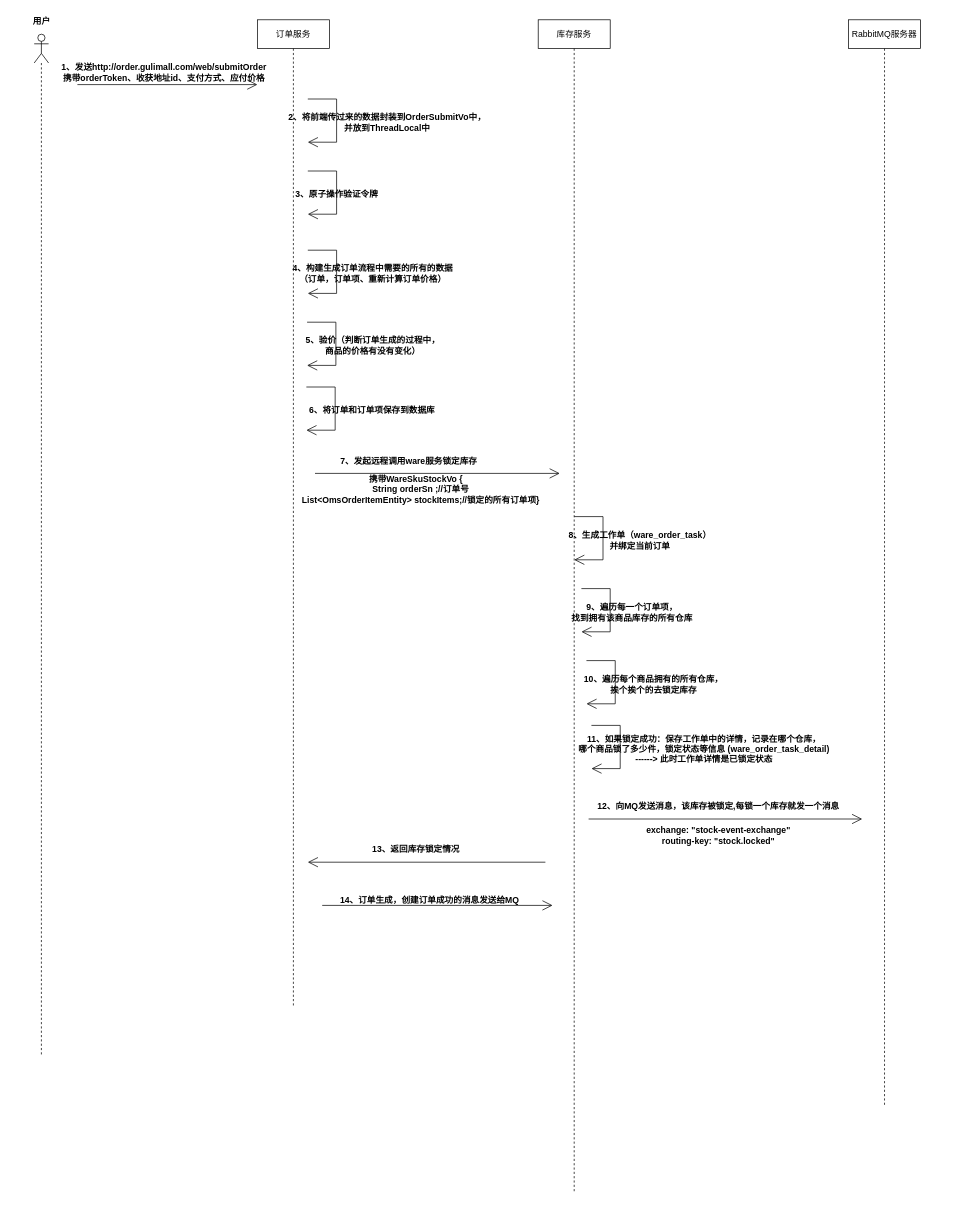
Above: ShopBusiness/提交订单.drawio in Chaimek/LearnPictures (draw.io), before the change. Source tidied: cells renumbered, new cells numbered last; positions are measured from the earlier drawing's top-left corner, leaving out a move shared by most shapes. Both pictures are drawn from the tidied source at 72%, with x=0, y=0 at pixel (12, 12).
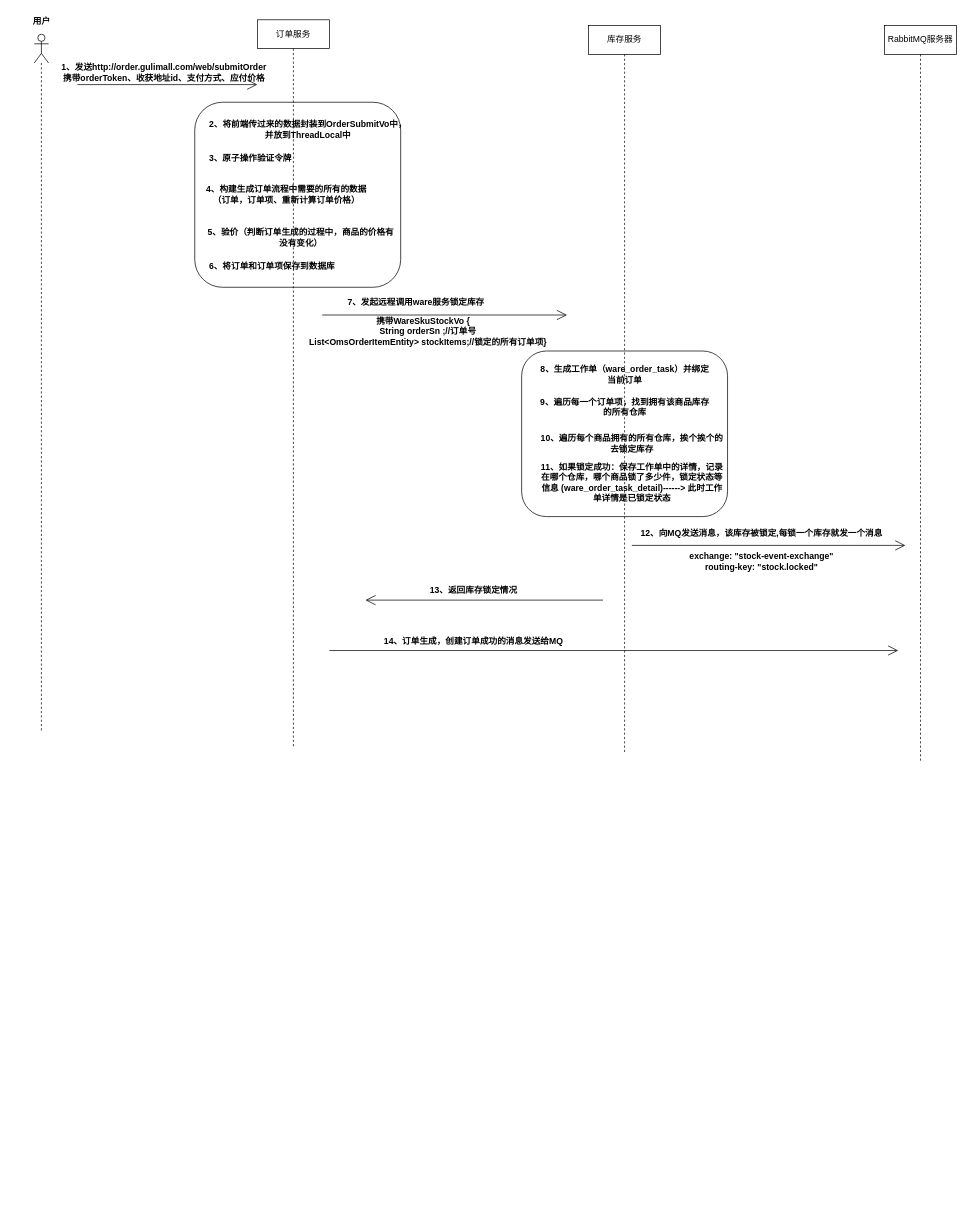
The same page after the edit.

Commit message (it also covers changes not shown here):
更新提交订单.drawio

Change to the diagram source:
```diff
@@
+    <mxCell id="44" style="rounded=1;whiteSpace=wrap;html=1;" parent="1" vertex="1">
+      <mxGeometry x="707" y="470" width="286" height="230" as="geometry" />
+    </mxCell>
+    <mxCell id="45" style="rounded=1;whiteSpace=wrap;html=1;" parent="1" vertex="1">
+      <mxGeometry x="253" y="124.5" width="286" height="257" as="geometry" />
+    </mxCell>
     <mxCell id="2" style="shape=umlLifeline;perimeter=lifelinePerimeter;whiteSpace=wrap;html=1;newEdgeStyle={&quot;edgeStyle&quot;:&quot;elbowEdgeStyle&quot;,&quot;elbow&quot;:&quot;vertical&quot;,&quot;curved&quot;:0,&quot;rounded&quot;:0};participant=umlActor;" parent="1" vertex="1">
-      <mxGeometry x="30" y="30" width="20" height="1420" as="geometry" />
+      <mxGeometry x="30" y="30" width="20" height="970" as="geometry" />
     </mxCell>
@@
     <mxCell id="4" value="订单服务" style="shape=umlLifeline;perimeter=lifelinePerimeter;whiteSpace=wrap;html=1;newEdgeStyle={&quot;edgeStyle&quot;:&quot;elbowEdgeStyle&quot;,&quot;elbow&quot;:&quot;vertical&quot;,&quot;curved&quot;:0,&quot;rounded&quot;:0};" parent="1" vertex="1">
-      <mxGeometry x="340" y="10" width="100" height="1370" as="geometry" />
+      <mxGeometry x="340" y="10" width="100" height="1010" as="geometry" />
     </mxCell>
     <mxCell id="5" value="库存服务" style="shape=umlLifeline;perimeter=lifelinePerimeter;whiteSpace=wrap;html=1;newEdgeStyle={&quot;edgeStyle&quot;:&quot;elbowEdgeStyle&quot;,&quot;elbow&quot;:&quot;vertical&quot;,&quot;curved&quot;:0,&quot;rounded&quot;:0};" parent="1" vertex="1">
-      <mxGeometry x="730" y="10" width="100" height="1630" as="geometry" />
+      <mxGeometry x="800" y="18" width="100" height="1012" as="geometry" />
     </mxCell>
@@
-    <mxCell id="8" style="endArrow=open;endFill=1;endSize=12;html=1;rounded=0;" parent="1" edge="1">
-      <mxGeometry relative="1" as="geometry">
-        <mxPoint x="410" y="120" as="sourcePoint" />
-        <mxPoint x="410" y="180" as="targetPoint" />
-        <Array as="points">
-          <mxPoint x="450" y="120" />
-          <mxPoint x="450" y="180" />
-        </Array>
-      </mxGeometry>
-    </mxCell>
     <mxCell id="9" value="2、将前端传过来的数据封装到OrderSubmitVo中，&lt;br&gt;并放到ThreadLocal中" style="text;align=center;fontStyle=1;verticalAlign=middle;spacingLeft=3;spacingRight=3;strokeColor=none;html=1;" parent="1" vertex="1">
-      <mxGeometry x="480" y="140" width="80" height="26" as="geometry" />
+      <mxGeometry x="370" y="150" width="80" height="26" as="geometry" />
     </mxCell>
-    <mxCell id="10" style="endArrow=open;endFill=1;endSize=12;html=1;rounded=0;" parent="1" edge="1">
-      <mxGeometry relative="1" as="geometry">
-        <mxPoint x="410" y="220" as="sourcePoint" />
-        <mxPoint x="410" y="280" as="targetPoint" />
-        <Array as="points">
-          <mxPoint x="450" y="220" />
-          <mxPoint x="450" y="280" />
-        </Array>
-      </mxGeometry>
-    </mxCell>
     <mxCell id="11" value="3、原子操作验证令牌" style="text;align=center;fontStyle=1;verticalAlign=middle;spacingLeft=3;spacingRight=3;strokeColor=none;html=1;" parent="1" vertex="1">
-      <mxGeometry x="410" y="240" width="80" height="26" as="geometry" />
+      <mxGeometry x="290" y="190" width="80" height="26" as="geometry" />
     </mxCell>
-    <mxCell id="12" style="endArrow=open;endFill=1;endSize=12;html=1;rounded=0;" parent="1" edge="1">
-      <mxGeometry relative="1" as="geometry">
-        <mxPoint x="410" y="330" as="sourcePoint" />
-        <mxPoint x="410" y="390" as="targetPoint" />
-        <Array as="points">
-          <mxPoint x="450" y="330" />
-          <mxPoint x="450" y="390" />
-        </Array>
-      </mxGeometry>
-    </mxCell>
     <mxCell id="13" value="4、构建生成订单流程中需要的所有的数据&lt;br&gt;（订单，订单项、重新计算订单价格）" style="text;align=center;fontStyle=1;verticalAlign=middle;spacingLeft=3;spacingRight=3;strokeColor=none;points=[[0,0.5],[1,0.5]];portConstraint=eastwest;html=1;" parent="1" vertex="1">
-      <mxGeometry x="460" y="350" width="80" height="26" as="geometry" />
+      <mxGeometry x="340" y="240" width="80" height="26" as="geometry" />
     </mxCell>
@@
-    <mxCell id="15" style="endArrow=open;endFill=1;endSize=12;html=1;rounded=0;" parent="1" edge="1">
-      <mxGeometry relative="1" as="geometry">
-        <mxPoint x="409" y="430" as="sourcePoint" />
-        <mxPoint x="409" y="490" as="targetPoint" />
-        <Array as="points">
-          <mxPoint x="449" y="430" />
-          <mxPoint x="449" y="490" />
-        </Array>
-      </mxGeometry>
-    </mxCell>
-    <mxCell id="16" value="5、验价（判断订单生成的过程中，&lt;br&gt;商品的价格有没有变化）" style="text;align=center;fontStyle=1;verticalAlign=middle;spacingLeft=3;spacingRight=3;strokeColor=none;points=[[0,0.5],[1,0.5]];portConstraint=eastwest;html=1;" parent="1" vertex="1">
-      <mxGeometry x="460" y="450" width="80" height="26" as="geometry" />
+    <mxCell id="16" value="5、验价（判断订单生成的过程中，商品的价格有&lt;br&gt;没有变化）" style="text;align=center;fontStyle=1;verticalAlign=middle;spacingLeft=3;spacingRight=3;strokeColor=none;points=[[0,0.5],[1,0.5]];portConstraint=eastwest;html=1;" parent="1" vertex="1">
+      <mxGeometry x="360" y="300" width="80" height="26" as="geometry" />
     </mxCell>
@@
-    <mxCell id="18" style="endArrow=open;endFill=1;endSize=12;html=1;rounded=0;" parent="1" edge="1">
-      <mxGeometry relative="1" as="geometry">
-        <mxPoint x="408" y="520" as="sourcePoint" />
-        <mxPoint x="408" y="580" as="targetPoint" />
-        <Array as="points">
-          <mxPoint x="448" y="520" />
-          <mxPoint x="448" y="580" />
-        </Array>
-      </mxGeometry>
-    </mxCell>
     <mxCell id="19" value="6、将订单和订单项保存到数据库" style="text;align=center;fontStyle=1;verticalAlign=middle;spacingLeft=3;spacingRight=3;strokeColor=none;points=[[0,0.5],[1,0.5]];portConstraint=eastwest;html=1;" parent="1" vertex="1">
-      <mxGeometry x="459" y="540" width="80" height="26" as="geometry" />
+      <mxGeometry x="320" y="340" width="80" height="26" as="geometry" />
     </mxCell>
@@
     <mxCell id="21" style="endArrow=open;endFill=1;endSize=12;html=1;rounded=0;" parent="1" edge="1">
       <mxGeometry relative="1" as="geometry">
-        <mxPoint x="420" y="640" as="sourcePoint" />
-        <mxPoint x="760" y="640" as="targetPoint" />
+        <mxPoint x="430" y="420" as="sourcePoint" />
+        <mxPoint x="770" y="420" as="targetPoint" />
       </mxGeometry>
     </mxCell>
     <mxCell id="22" value="7、发起远程调用ware服务锁定库存" style="text;align=center;fontStyle=1;verticalAlign=middle;spacingLeft=3;spacingRight=3;strokeColor=none;html=1;" parent="1" vertex="1">
-      <mxGeometry x="510" y="610" width="80" height="26" as="geometry" />
+      <mxGeometry x="520" y="390" width="80" height="26" as="geometry" />
     </mxCell>
     <mxCell id="23" value="&lt;div&gt;携带WareSkuStockVo {&lt;/div&gt;&lt;div&gt;&amp;nbsp; &amp;nbsp; String orderSn ;//订单号&lt;/div&gt;&lt;div&gt;&amp;nbsp; &amp;nbsp; List&amp;lt;OmsOrderItemEntity&amp;gt; stockItems;//锁定的所有订单项}&lt;/div&gt;" style="text;align=center;fontStyle=1;verticalAlign=middle;spacingLeft=3;spacingRight=3;strokeColor=none;html=1;" parent="1" vertex="1">
-      <mxGeometry x="520" y="650" width="80" height="26" as="geometry" />
+      <mxGeometry x="530" y="430" width="80" height="26" as="geometry" />
     </mxCell>
-    <mxCell id="24" style="endArrow=open;endFill=1;endSize=12;html=1;rounded=0;" parent="1" edge="1">
-      <mxGeometry relative="1" as="geometry">
-        <mxPoint x="780" y="700" as="sourcePoint" />
-        <mxPoint x="780" y="760" as="targetPoint" />
-        <Array as="points">
-          <mxPoint x="820" y="700" />
-          <mxPoint x="820" y="760" />
-        </Array>
-      </mxGeometry>
-    </mxCell>
-    <mxCell id="25" value="8、生成工作单（ware_order_task）&lt;br&gt;并绑定当前订单" style="text;align=center;fontStyle=1;verticalAlign=middle;spacingLeft=3;spacingRight=3;strokeColor=none;points=[[0,0.5],[1,0.5]];portConstraint=eastwest;html=1;" parent="1" vertex="1">
-      <mxGeometry x="831" y="720" width="80" height="26" as="geometry" />
+    <mxCell id="25" value="8、生成工作单（ware_order_task）并绑定&lt;br&gt;当前订单" style="text;align=center;fontStyle=1;verticalAlign=middle;spacingLeft=3;spacingRight=3;strokeColor=none;points=[[0,0.5],[1,0.5]];portConstraint=eastwest;html=1;" parent="1" vertex="1">
+      <mxGeometry x="810" y="490" width="80" height="26" as="geometry" />
     </mxCell>
@@
-    <mxCell id="27" style="endArrow=open;endFill=1;endSize=12;html=1;rounded=0;" parent="1" edge="1">
-      <mxGeometry relative="1" as="geometry">
-        <mxPoint x="790" y="800" as="sourcePoint" />
-        <mxPoint x="790" y="860" as="targetPoint" />
-        <Array as="points">
-          <mxPoint x="830" y="800" />
-          <mxPoint x="830" y="860" />
-        </Array>
-      </mxGeometry>
-    </mxCell>
-    <mxCell id="28" value="9、遍历每一个订单项，&lt;br&gt;找到拥有该商品库存的所有仓库" style="text;align=center;fontStyle=1;verticalAlign=middle;spacingLeft=3;spacingRight=3;strokeColor=none;points=[[0,0.5],[1,0.5]];portConstraint=eastwest;html=1;" parent="1" vertex="1">
-      <mxGeometry x="820" y="820" width="80" height="26" as="geometry" />
+    <mxCell id="28" value="9、遍历每一个订单项，找到拥有该商品库存&lt;br&gt;的所有仓库" style="text;align=center;fontStyle=1;verticalAlign=middle;spacingLeft=3;spacingRight=3;strokeColor=none;points=[[0,0.5],[1,0.5]];portConstraint=eastwest;html=1;" parent="1" vertex="1">
+      <mxGeometry x="810" y="535" width="80" height="26" as="geometry" />
     </mxCell>
@@
-    <mxCell id="30" style="endArrow=open;endFill=1;endSize=12;html=1;rounded=0;" parent="1" edge="1">
-      <mxGeometry relative="1" as="geometry">
-        <mxPoint x="797" y="900" as="sourcePoint" />
-        <mxPoint x="797" y="960" as="targetPoint" />
-        <Array as="points">
-          <mxPoint x="837" y="900" />
-          <mxPoint x="837" y="960" />
-        </Array>
-      </mxGeometry>
-    </mxCell>
-    <mxCell id="31" value="10、遍历每个商品拥有的所有仓库，&lt;br&gt;挨个挨个的去锁定库存" style="text;align=center;fontStyle=1;verticalAlign=middle;spacingLeft=3;spacingRight=3;strokeColor=none;points=[[0,0.5],[1,0.5]];portConstraint=eastwest;html=1;" parent="1" vertex="1">
-      <mxGeometry x="850" y="920" width="80" height="26" as="geometry" />
+    <mxCell id="31" value="10、遍历每个商品拥有的所有仓库，挨个挨个的&lt;br&gt;去锁定库存" style="text;align=center;fontStyle=1;verticalAlign=middle;spacingLeft=3;spacingRight=3;strokeColor=none;points=[[0,0.5],[1,0.5]];portConstraint=eastwest;html=1;" parent="1" vertex="1">
+      <mxGeometry x="820" y="585.5" width="80" height="26" as="geometry" />
     </mxCell>
@@
-    <mxCell id="33" style="endArrow=open;endFill=1;endSize=12;html=1;rounded=0;" parent="1" edge="1">
-      <mxGeometry relative="1" as="geometry">
-        <mxPoint x="803.9" y="990" as="sourcePoint" />
-        <mxPoint x="803.9" y="1050" as="targetPoint" />
-        <Array as="points">
-          <mxPoint x="843.9" y="990" />
-          <mxPoint x="843.9" y="1050" />
-        </Array>
-      </mxGeometry>
-    </mxCell>
-    <mxCell id="34" value="11、如果锁定成功：保存工作单中的详情，记录在哪个仓库，&lt;br&gt;哪个商品锁了多少件，锁定状态等信息 (ware_order_task_detail) &lt;br&gt;------&amp;gt; 此时工作单详情是已锁定状态" style="text;align=center;fontStyle=1;verticalAlign=middle;spacingLeft=3;spacingRight=3;strokeColor=none;points=[[0,0.5],[1,0.5]];portConstraint=eastwest;html=1;" parent="1" vertex="1">
-      <mxGeometry x="920" y="1010" width="80" height="26" as="geometry" />
+    <mxCell id="34" value="11、如果锁定成功：保存工作单中的详情，记录&lt;br&gt;在哪个仓库，哪个商品锁了多少件，锁定状态等&lt;br&gt;信息 (ware_order_task_detail)------&amp;gt; 此时工作&lt;br&gt;单详情是已锁定状态" style="text;align=center;fontStyle=1;verticalAlign=middle;spacingLeft=3;spacingRight=3;strokeColor=none;points=[[0,0.5],[1,0.5]];portConstraint=eastwest;html=1;" parent="1" vertex="1">
+      <mxGeometry x="820" y="640" width="80" height="26" as="geometry" />
     </mxCell>
@@
     <mxCell id="36" value="RabbitMQ服务器" style="shape=umlLifeline;perimeter=lifelinePerimeter;whiteSpace=wrap;html=1;newEdgeStyle={&quot;edgeStyle&quot;:&quot;elbowEdgeStyle&quot;,&quot;elbow&quot;:&quot;vertical&quot;,&quot;curved&quot;:0,&quot;rounded&quot;:0};" parent="1" vertex="1">
-      <mxGeometry x="1161" y="10" width="100" height="1510" as="geometry" />
+      <mxGeometry x="1211" y="18" width="100" height="1022" as="geometry" />
     </mxCell>
     <mxCell id="37" style="endArrow=open;endFill=1;endSize=12;html=1;rounded=0;" parent="1" edge="1">
       <mxGeometry relative="1" as="geometry">
-        <mxPoint x="800" y="1120" as="sourcePoint" />
-        <mxPoint x="1180" y="1120" as="targetPoint" />
+        <mxPoint x="860" y="740" as="sourcePoint" />
+        <mxPoint x="1240" y="740" as="targetPoint" />
       </mxGeometry>
     </mxCell>
     <mxCell id="38" value="12、向MQ发送消息，该库存被锁定,每锁一个库存就发一个消息" style="text;align=center;fontStyle=1;verticalAlign=middle;spacingLeft=3;spacingRight=3;strokeColor=none;html=1;" parent="1" vertex="1">
-      <mxGeometry x="940" y="1090" width="80" height="26" as="geometry" />
+      <mxGeometry x="1000" y="710" width="80" height="26" as="geometry" />
     </mxCell>
     <mxCell id="39" value="&lt;div&gt;exchange: &quot;stock-event-exchange&quot;&lt;/div&gt;&lt;div&gt;routing-key: &quot;stock.locked&quot;&lt;/div&gt;" style="text;align=center;fontStyle=1;verticalAlign=middle;spacingLeft=3;spacingRight=3;strokeColor=none;html=1;" parent="1" vertex="1">
-      <mxGeometry x="940" y="1130" width="80" height="26" as="geometry" />
+      <mxGeometry x="1000" y="750" width="80" height="26" as="geometry" />
     </mxCell>
     <mxCell id="40" style="endArrow=open;endFill=1;endSize=12;html=1;rounded=0;" parent="1" edge="1">
       <mxGeometry relative="1" as="geometry">
-        <mxPoint x="740" y="1180" as="sourcePoint" />
-        <mxPoint x="410" y="1180" as="targetPoint" />
+        <mxPoint x="820" y="816" as="sourcePoint" />
+        <mxPoint x="490" y="816" as="targetPoint" />
       </mxGeometry>
     </mxCell>
     <mxCell id="41" value="13、返回库存锁定情况" style="text;align=center;fontStyle=1;verticalAlign=middle;spacingLeft=3;spacingRight=3;strokeColor=none;html=1;" parent="1" vertex="1">
-      <mxGeometry x="520" y="1149" width="80" height="26" as="geometry" />
+      <mxGeometry x="600" y="790" width="80" height="26" as="geometry" />
     </mxCell>
     <mxCell id="42" style="endArrow=open;endFill=1;endSize=12;html=1;rounded=0;" parent="1" edge="1">
       <mxGeometry relative="1" as="geometry">
-        <mxPoint x="430" y="1240" as="sourcePoint" />
-        <mxPoint x="750" y="1240" as="targetPoint" />
+        <mxPoint x="440" y="886" as="sourcePoint" />
+        <mxPoint x="1230" y="886" as="targetPoint" />
       </mxGeometry>
     </mxCell>
     <mxCell id="43" value="14、订单生成，创建订单成功的消息发送给MQ" style="text;align=center;fontStyle=1;verticalAlign=middle;spacingLeft=3;spacingRight=3;strokeColor=none;html=1;" parent="1" vertex="1">
-      <mxGeometry x="539" y="1220" width="80" height="26" as="geometry" />
+      <mxGeometry x="600" y="860" width="80" height="26" as="geometry" />
     </mxCell>
```
